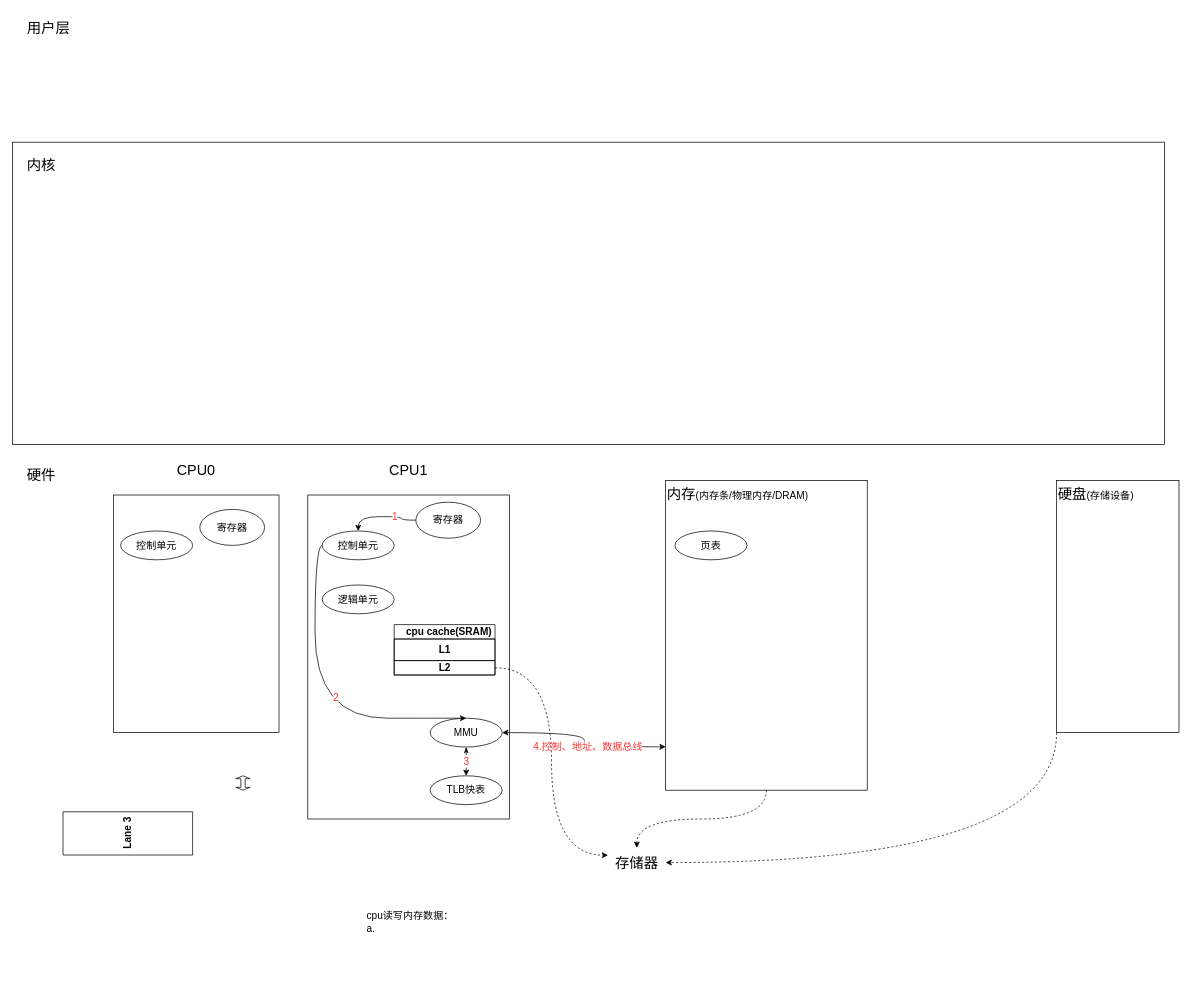
x01030/gitRepository keeps this draw.io diagram as gitsikills/Linux操作系统.drawio. Above is the earlier version. Source tidied: cells renumbered, new cells numbered last; positions are measured from the earlier drawing's top-left corner, leaving out a move shared by most shapes. Both pictures are drawn from the tidied source at 72%, with x=0, y=0 at pixel (12, 12).
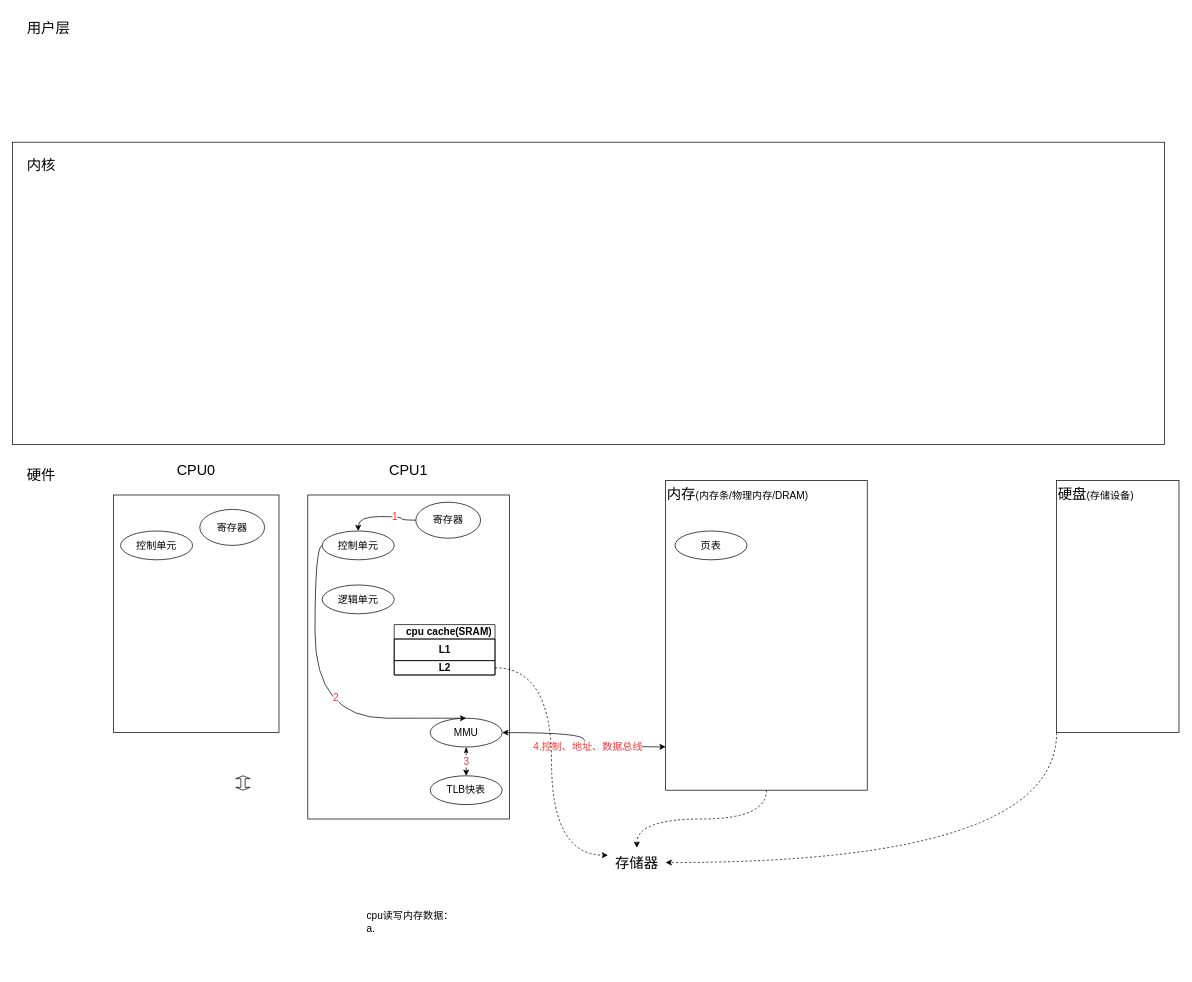
The same page after the edit.

Commit message:
更新Linux操作系统.drawio

The edit, as a diff of the source:
```diff
@@
-    <mxCell id="25" value="Lane 3" style="swimlane;startSize=180;horizontal=0;html=1;fontFamily=Helvetica;fontSize=14;fillColor=none;" parent="1" vertex="1">
-      <mxGeometry x="70" y="1110" width="180" height="60" as="geometry" />
-    </mxCell>
```
